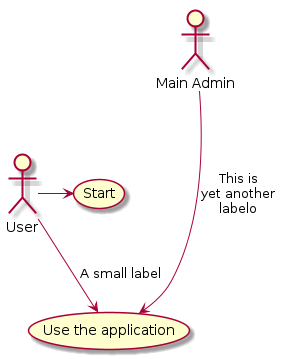
The PlantUML diagram meilenstein_05/.template/usecase-{modul}/usecase-{modul}.png in weichware10/meilensteine, before a commit.
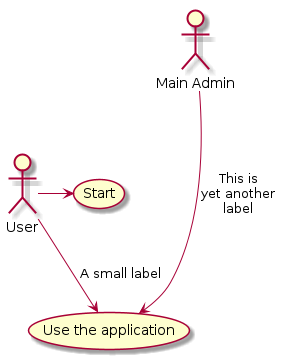
After the change.

Commit message:
rendered PNGs and SVGs

Diff of the diagram source:
```diff
@@ -1,9 +1,9 @@
 @startuml {modul}
-skinparam backgroundColor white
+skinparam backgroundColor #FFFFFF
 
 User -> (Start)
 User --> (Use the application) : A small label
 
-:Main Admin: ---> (Use the application) : This is\nyet another\nlabelo
+:Main Admin: ---> (Use the application) : This is\nyet another\nlabel
 
 @enduml
```
